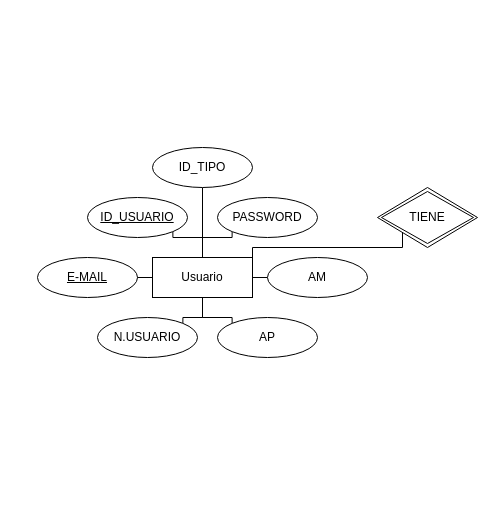
NexusVOID1312/Fundamento-Base-de-Datos keeps this draw.io diagram as Fundamentos.drawio. Above is the earlier version. Source tidied: cells renumbered, new cells numbered last; positions are measured from the earlier drawing's top-left corner, leaving out a move shared by most shapes. Both pictures are drawn from the tidied source at 100%, with x=0, y=0 at pixel (37, 147).
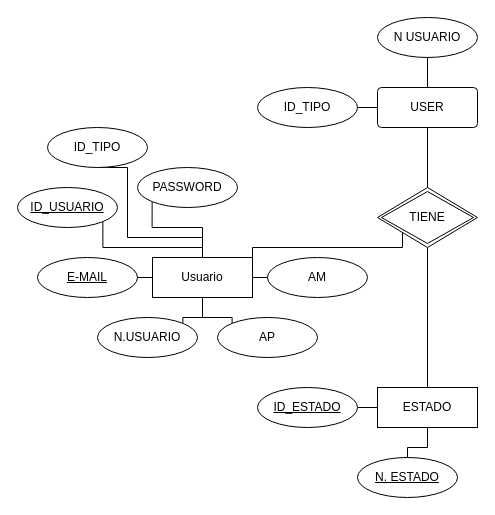
The same page after the edit.

Commit message:
ENTIDAD USUARIO

Unchanged cells that the change refers to:
```xml
<mxCell id="9" value="Usuario" style="whiteSpace=wrap;html=1;align=center;" parent="1" vertex="1">
  <mxGeometry x="115" y="110" width="100" height="40" as="geometry" />
</mxCell>
<mxCell id="18" value="TIENE" style="shape=rhombus;double=1;perimeter=rhombusPerimeter;whiteSpace=wrap;html=1;align=center;" parent="1" vertex="1">
  <mxGeometry x="340" y="40" width="100" height="60" as="geometry" />
</mxCell>
```

What changed in the source:
```diff
@@
-    <mxCell id="2" style="edgeStyle=orthogonalEdgeStyle;rounded=0;jettySize=auto;html=1;endArrow=none;endFill=0;" parent="1" edge="1" source="9" target="17">
-      <mxGeometry relative="1" as="geometry" />
+    <mxCell id="2" style="edgeStyle=orthogonalEdgeStyle;rounded=0;jettySize=auto;html=1;endArrow=none;endFill=0;entryX=0.5;entryY=1;entryDx=0;entryDy=0;" parent="1" edge="1" source="9" target="17">
+      <mxGeometry relative="1" as="geometry">
+        <Array as="points">
+          <mxPoint x="165" y="90" />
+          <mxPoint x="90" y="90" />
+          <mxPoint x="90" y="20" />
+        </Array>
+      </mxGeometry>
     </mxCell>
     <mxCell id="3" style="edgeStyle=orthogonalEdgeStyle;rounded=0;jettySize=auto;html=1;entryX=1;entryY=1;entryDx=0;entryDy=0;endArrow=none;endFill=0;" parent="1" edge="1" source="9" target="10">
-      <mxGeometry relative="1" as="geometry" />
+      <mxGeometry relative="1" as="geometry">
+        <Array as="points">
+          <mxPoint x="165" y="100" />
+          <mxPoint x="65.2" y="100" />
+        </Array>
+      </mxGeometry>
     </mxCell>
     <mxCell id="4" style="edgeStyle=orthogonalEdgeStyle;rounded=0;jettySize=auto;html=1;entryX=0;entryY=1;entryDx=0;entryDy=0;endArrow=none;endFill=0;" parent="1" edge="1" source="9" target="16">
-      <mxGeometry relative="1" as="geometry" />
+      <mxGeometry relative="1" as="geometry">
+        <Array as="points">
+          <mxPoint x="165" y="80" />
+          <mxPoint x="114.8" y="80" />
+        </Array>
+      </mxGeometry>
     </mxCell>
@@
     <mxCell id="10" value="ID_USUARIO" style="ellipse;whiteSpace=wrap;html=1;align=center;fontStyle=20;" parent="1" vertex="1">
-      <mxGeometry x="50" y="50" width="100" height="40" as="geometry" />
+      <mxGeometry x="-20" y="40" width="100" height="40" as="geometry" />
     </mxCell>
@@
     <mxCell id="16" value="PASSWORD" style="ellipse;whiteSpace=wrap;html=1;align=center;" parent="1" vertex="1">
-      <mxGeometry x="180" y="50" width="100" height="40" as="geometry" />
+      <mxGeometry x="100" y="20" width="100" height="40" as="geometry" />
     </mxCell>
     <mxCell id="17" value="ID_TIPO" style="ellipse;whiteSpace=wrap;html=1;align=center;" parent="1" vertex="1">
-      <mxGeometry x="115" width="100" height="40" as="geometry" />
+      <mxGeometry x="10" y="-20" width="100" height="40" as="geometry" />
     </mxCell>
+    <mxCell id="19" style="edgeStyle=orthogonalEdgeStyle;rounded=0;jettySize=auto;html=1;exitX=0.5;exitY=1;exitDx=0;exitDy=0;entryX=0.5;entryY=0;entryDx=0;entryDy=0;endArrow=none;endFill=0;" parent="1" edge="1" source="18" target="28">
+      <mxGeometry relative="1" as="geometry" />
+    </mxCell>
@@
+    <mxCell id="20" style="edgeStyle=orthogonalEdgeStyle;rounded=0;jettySize=auto;html=1;entryX=0.5;entryY=0;entryDx=0;entryDy=0;endArrow=none;endFill=0;" parent="1" edge="1" source="21" target="18">
+      <mxGeometry relative="1" as="geometry" />
+    </mxCell>
+    <mxCell id="21" value="USER" style="rounded=1;arcSize=10;whiteSpace=wrap;html=1;align=center;" parent="1" vertex="1">
+      <mxGeometry x="340" y="-60" width="100" height="40" as="geometry" />
+    </mxCell>
+    <mxCell id="22" style="edgeStyle=orthogonalEdgeStyle;rounded=0;jettySize=auto;html=1;entryX=0.5;entryY=0;entryDx=0;entryDy=0;endArrow=none;endFill=0;" parent="1" edge="1" source="23" target="21">
+      <mxGeometry relative="1" as="geometry" />
+    </mxCell>
+    <mxCell id="23" value="N USUARIO" style="ellipse;whiteSpace=wrap;html=1;align=center;" parent="1" vertex="1">
+      <mxGeometry x="340" y="-130" width="100" height="40" as="geometry" />
+    </mxCell>
+    <mxCell id="24" style="edgeStyle=orthogonalEdgeStyle;rounded=0;jettySize=auto;html=1;endArrow=none;endFill=0;" parent="1" edge="1" source="25" target="21">
+      <mxGeometry relative="1" as="geometry" />
+    </mxCell>
+    <mxCell id="25" value="ID_TIPO" style="ellipse;whiteSpace=wrap;html=1;align=center;" parent="1" vertex="1">
+      <mxGeometry x="220" y="-60" width="100" height="40" as="geometry" />
+    </mxCell>
+    <mxCell id="26" style="edgeStyle=orthogonalEdgeStyle;rounded=0;jettySize=auto;html=1;exitX=0;exitY=0.5;exitDx=0;exitDy=0;entryX=1;entryY=0.5;entryDx=0;entryDy=0;endArrow=none;endFill=0;" parent="1" edge="1" source="28" target="29">
+      <mxGeometry relative="1" as="geometry" />
+    </mxCell>
+    <mxCell id="27" style="edgeStyle=orthogonalEdgeStyle;rounded=0;jettySize=auto;html=1;entryX=0.5;entryY=0;entryDx=0;entryDy=0;endArrow=none;endFill=0;" parent="1" edge="1" source="28" target="30">
+      <mxGeometry relative="1" as="geometry" />
+    </mxCell>
+    <mxCell id="28" value="ESTADO" style="whiteSpace=wrap;html=1;align=center;" parent="1" vertex="1">
+      <mxGeometry x="340" y="240" width="100" height="40" as="geometry" />
+    </mxCell>
+    <mxCell id="29" value="ID_ESTADO" style="ellipse;whiteSpace=wrap;html=1;align=center;fontStyle=20;" parent="1" vertex="1">
+      <mxGeometry x="220" y="240" width="100" height="40" as="geometry" />
+    </mxCell>
+    <mxCell id="30" value="N. ESTADO" style="ellipse;whiteSpace=wrap;html=1;align=center;fontStyle=20;" parent="1" vertex="1">
+      <mxGeometry x="320" y="310" width="100" height="40" as="geometry" />
+    </mxCell>
```
